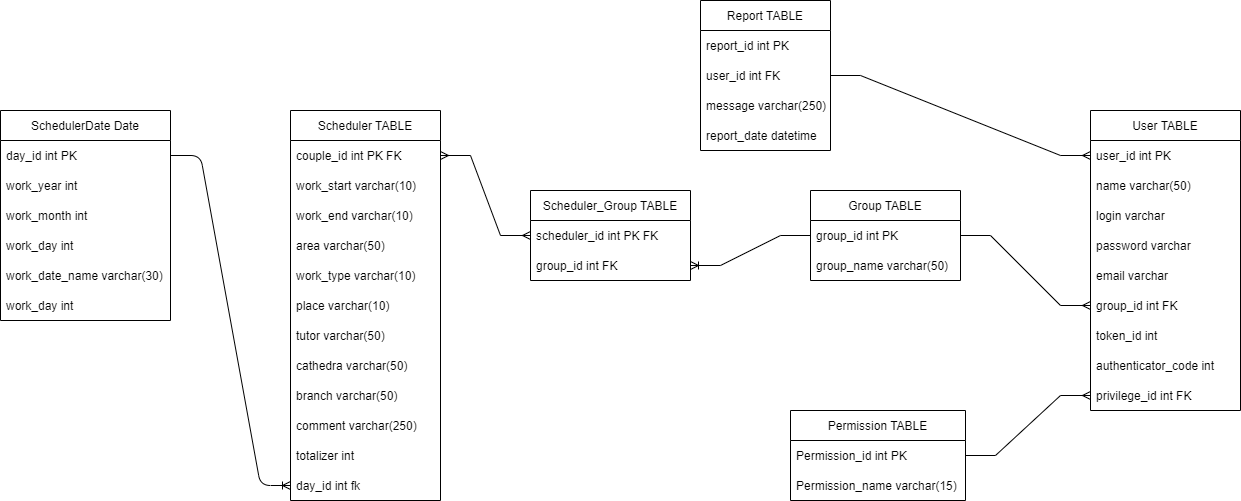
Earlier version of the draw.io export BackendApi/Архитектура/БД.drawio.png (MuivTimetable/-Documentation). Source tidied: cells renumbered, new cells last; positions are measured from the earlier drawing's top-left corner, leaving out a move shared by most shapes.
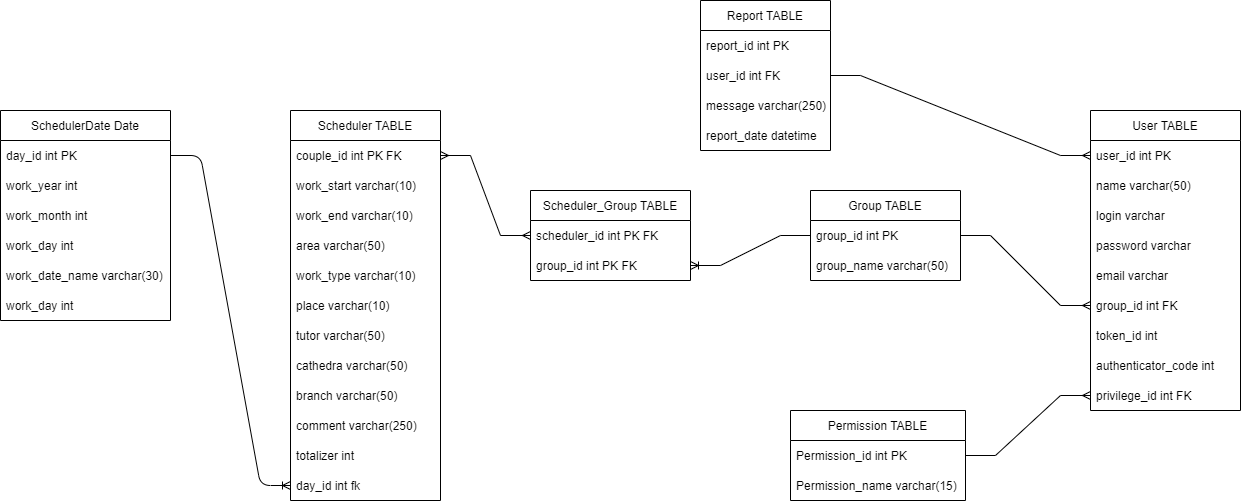
Later version of the same file.

Change to the diagram source:
```diff
@@ -68,7 +68,7 @@
     <mxCell id="23" value="scheduler_id int PK FK" style="text;strokeColor=none;fillColor=none;align=left;verticalAlign=middle;spacingLeft=4;spacingRight=4;overflow=hidden;points=[[0,0.5],[1,0.5]];portConstraint=eastwest;" parent="22" vertex="1">
       <mxGeometry y="30" width="160" height="30" as="geometry" />
     </mxCell>
-    <mxCell id="24" value="group_id int FK" style="text;strokeColor=none;fillColor=none;align=left;verticalAlign=middle;spacingLeft=4;spacingRight=4;overflow=hidden;points=[[0,0.5],[1,0.5]];portConstraint=eastwest;" parent="22" vertex="1">
+    <mxCell id="24" value="group_id int PK FK" style="text;strokeColor=none;fillColor=none;align=left;verticalAlign=middle;spacingLeft=4;spacingRight=4;overflow=hidden;points=[[0,0.5],[1,0.5]];portConstraint=eastwest;" parent="22" vertex="1">
       <mxGeometry y="60" width="160" height="30" as="geometry" />
     </mxCell>
     <mxCell id="25" value="Group TABLE" style="swimlane;fontStyle=0;horizontal=1;startSize=30;" parent="1" vertex="1">
```
